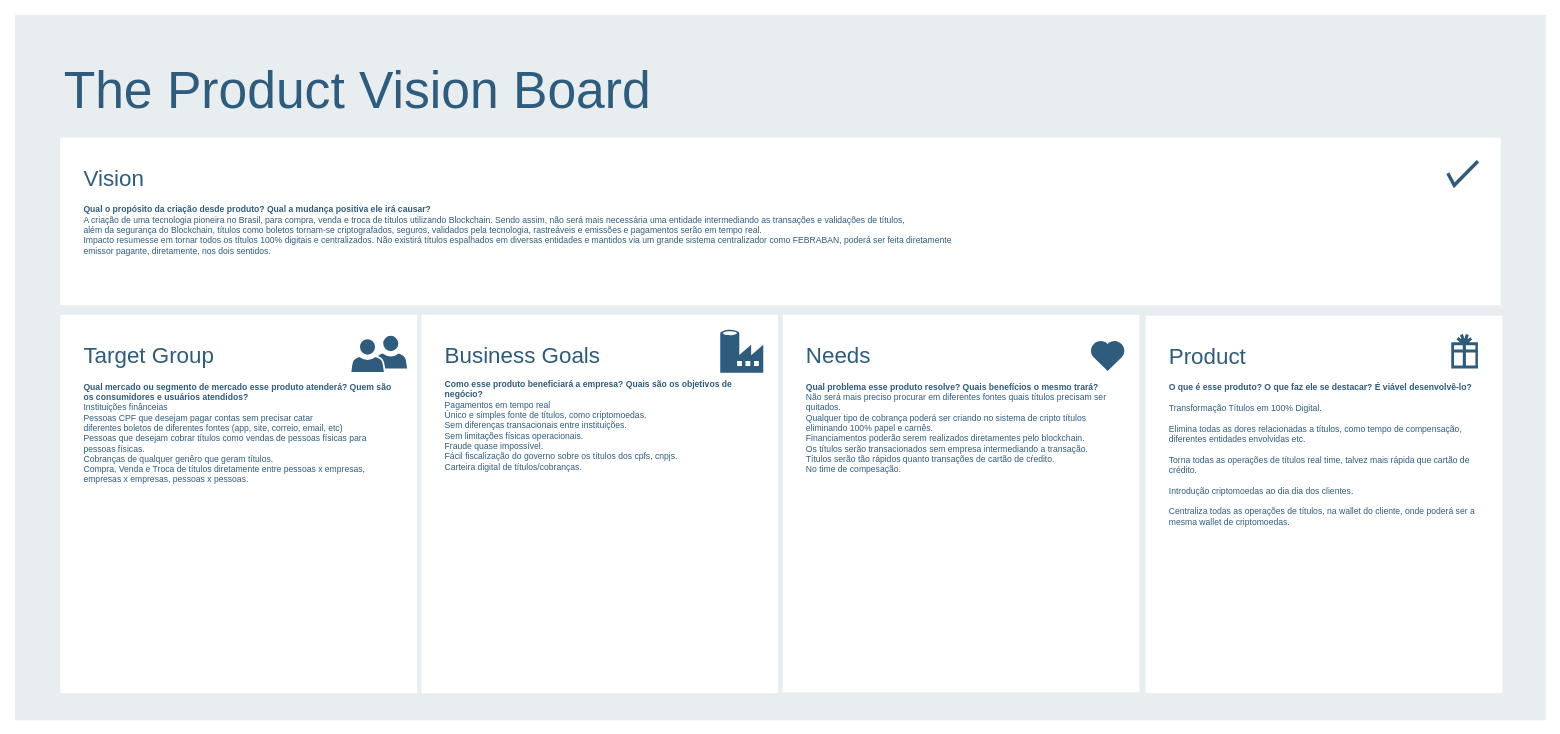
Earlier version of the draw.io diagram page "Product Vision Board" (2 of 2) of Canvas GRUPO M - Cryptotitulo.drawio (GiuseppeMP/fiap-grupo-m). Source tidied: cells renumbered, new cells numbered last; positions are measured from the earlier drawing's top-left corner, leaving out a move shared by most shapes. Both pictures are drawn from the tidied source at 86%, with x=0, y=0 at pixel (15, 15).
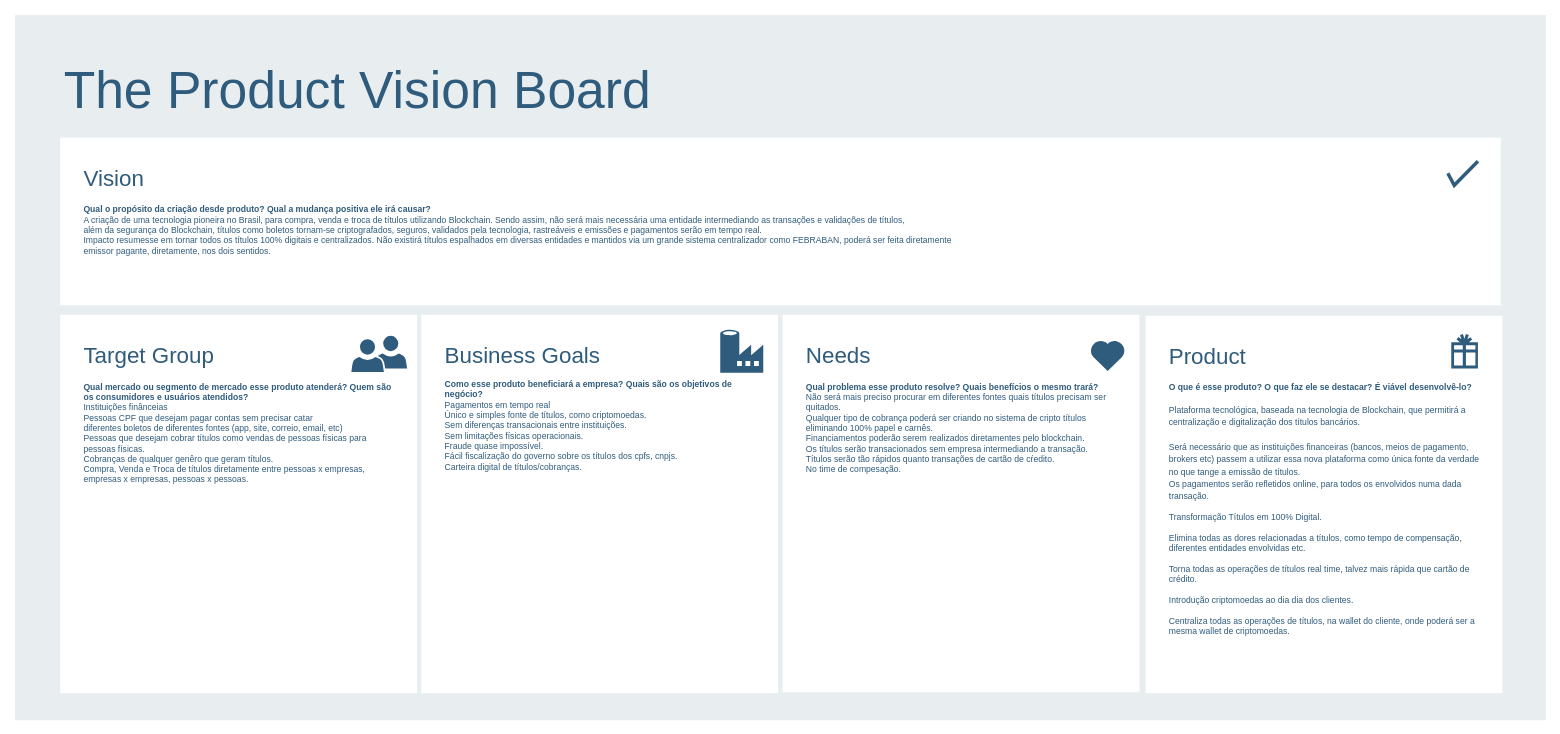
The same page after the edit.

What changed in the source:
```diff
@@
 <mxGraphModel>
   <root>
     <mxCell id="0" />
     <mxCell id="1" parent="0" />
     <mxCell id="2" style="rounded=0;whiteSpace=wrap;html=1;shadow=0;labelBackgroundColor=none;strokeColor=none;strokeWidth=3;fillColor=#e8edf0;fontSize=60;fontColor=#2F5B7C;align=left;" parent="1" vertex="1">
       <mxGeometry width="1780" height="820" as="geometry" />
     </mxCell>
-    <mxCell id="3" value="&lt;div style=&quot;font-size: 26px&quot;&gt;Product&lt;/div&gt;&lt;div&gt;&lt;br&gt;&lt;/div&gt;&lt;div&gt;&lt;div style=&quot;font-size: 10px&quot;&gt;&lt;span&gt;&lt;b&gt;O que é esse produto? O que faz ele se destacar? É viável desenvolvê-lo?&lt;/b&gt;&lt;/span&gt;&lt;/div&gt;&lt;div style=&quot;font-size: 10px&quot;&gt;&lt;br&gt;&lt;/div&gt;&lt;div style=&quot;font-size: 10px&quot;&gt;Transformação Títulos em 100% Digital.&lt;/div&gt;&lt;div style=&quot;font-size: 10px&quot;&gt;&lt;br&gt;&lt;/div&gt;&lt;div style=&quot;font-size: 10px&quot;&gt;Elimina todas as dores relacionadas a títulos, como tempo de compensação, diferentes entidades envolvidas etc.&lt;/div&gt;&lt;div style=&quot;font-size: 10px&quot;&gt;&lt;br&gt;&lt;/div&gt;&lt;div style=&quot;font-size: 10px&quot;&gt;Torna todas as operações de títulos real time, talvez mais rápida que cartão de crédito.&lt;/div&gt;&lt;div style=&quot;font-size: 10px&quot;&gt;&lt;br&gt;&lt;/div&gt;&lt;div style=&quot;font-size: 10px&quot;&gt;Introdução criptomoedas ao dia dia dos clientes.&lt;/div&gt;&lt;div style=&quot;font-size: 10px&quot;&gt;&lt;br&gt;&lt;/div&gt;&lt;div style=&quot;font-size: 10px&quot;&gt;Centraliza todas as operações de títulos, na wallet do cliente, onde poderá ser a mesma wallet de criptomoedas.&lt;br&gt;&lt;/div&gt;&lt;/div&gt;&lt;div&gt;&lt;br&gt;&lt;/div&gt;" style="rounded=0;whiteSpace=wrap;html=1;shadow=0;labelBackgroundColor=none;strokeColor=#e8edf0;strokeWidth=5;fillColor=#ffffff;fontSize=12;fontColor=#2F5B7C;align=left;verticalAlign=top;spacing=30;" parent="1" vertex="1">
+    <mxCell id="3" value="&lt;div style=&quot;font-size: 26px&quot;&gt;Product&lt;/div&gt;&lt;div&gt;&lt;br&gt;&lt;/div&gt;&lt;div&gt;&lt;div style=&quot;font-size: 10px&quot;&gt;&lt;span&gt;&lt;b&gt;O que é esse produto? O que faz ele se destacar? É viável desenvolvê-lo?&lt;/b&gt;&lt;/span&gt;&lt;/div&gt;&lt;div style=&quot;font-size: 10px&quot;&gt;&lt;br&gt;&lt;/div&gt;&lt;div&gt;&lt;div&gt;&lt;span style=&quot;font-size: 10px&quot;&gt;Plataforma tecnológica, baseada na tecnologia de Blockchain, que permitirá a centralização e digitalização dos títulos bancários.&lt;/span&gt;&lt;/div&gt;&lt;div&gt;&lt;br&gt;&lt;/div&gt;&lt;div&gt;&lt;span style=&quot;font-size: 10px&quot;&gt;Será necessário que as instituições financeiras (bancos, meios de pagamento, brokers etc) passem a utilizar essa nova plataforma como única fonte da verdade no que tange a emissão de títulos.&lt;/span&gt;&lt;/div&gt;&lt;div&gt;&lt;span style=&quot;font-size: 10px&quot;&gt;Os pagamentos serão refletidos online, para todos os envolvidos numa dada transação.&lt;/span&gt;&lt;/div&gt;&lt;div style=&quot;font-size: 10px&quot;&gt;&lt;br&gt;&lt;/div&gt;&lt;/div&gt;&lt;div style=&quot;font-size: 10px&quot;&gt;&lt;span&gt;Transformação Títulos em 100% Digital.&lt;/span&gt;&lt;br&gt;&lt;/div&gt;&lt;div style=&quot;font-size: 10px&quot;&gt;&lt;br&gt;&lt;/div&gt;&lt;div style=&quot;font-size: 10px&quot;&gt;Elimina todas as dores relacionadas a títulos, como tempo de compensação, diferentes entidades envolvidas etc.&lt;/div&gt;&lt;div style=&quot;font-size: 10px&quot;&gt;&lt;br&gt;&lt;/div&gt;&lt;div style=&quot;font-size: 10px&quot;&gt;Torna todas as operações de títulos real time, talvez mais rápida que cartão de crédito.&lt;/div&gt;&lt;div style=&quot;font-size: 10px&quot;&gt;&lt;br&gt;&lt;/div&gt;&lt;div style=&quot;font-size: 10px&quot;&gt;Introdução criptomoedas ao dia dia dos clientes.&lt;/div&gt;&lt;div style=&quot;font-size: 10px&quot;&gt;&lt;br&gt;&lt;/div&gt;&lt;div style=&quot;font-size: 10px&quot;&gt;Centraliza todas as operações de títulos, na wallet do cliente, onde poderá ser a mesma wallet de criptomoedas.&lt;br&gt;&lt;/div&gt;&lt;/div&gt;&lt;div&gt;&lt;br&gt;&lt;/div&gt;" style="rounded=0;whiteSpace=wrap;html=1;shadow=0;labelBackgroundColor=none;strokeColor=#e8edf0;strokeWidth=5;fillColor=#ffffff;fontSize=12;fontColor=#2F5B7C;align=left;verticalAlign=top;spacing=30;" parent="1" vertex="1">
       <mxGeometry x="1312" y="347" width="420" height="444" as="geometry" />
     </mxCell>
     <mxCell id="4" value="&lt;font&gt;&lt;font style=&quot;font-size: 26px&quot;&gt;Vision&lt;/font&gt;&lt;br&gt;&lt;/font&gt;&lt;font style=&quot;font-size: 12px&quot;&gt;&lt;br style=&quot;font-size: 12px&quot;&gt;&lt;/font&gt;&lt;font style=&quot;font-size: 12px&quot;&gt;&lt;/font&gt;&lt;div style=&quot;font-size: 10px&quot;&gt;&lt;font style=&quot;font-size: 10px&quot;&gt;&lt;b&gt;Qual o propósito da criação desde produto? Qual a mudança positiva ele irá causar?&lt;br&gt;&lt;/b&gt;&lt;/font&gt;&lt;/div&gt;&lt;div style=&quot;font-size: 10px&quot;&gt;A criação de uma tecnologia pioneira no Brasil, para compra, venda e troca de títulos utilizando Blockchain. Sendo assim, não será mais necessária uma entidade intermediando as transações e validações de títulos,&lt;/div&gt;&lt;div style=&quot;font-size: 10px&quot;&gt;&lt;font style=&quot;font-size: 10px&quot;&gt;além da segurança do Blockchain, títulos como boletos tornam-se criptografados, seguros, validados pela tecnologia, rastreáveis e emissões e pagamentos serão em tempo real.&lt;br&gt;&lt;/font&gt;&lt;/div&gt;&lt;div style=&quot;font-size: 10px&quot;&gt;&lt;font style=&quot;font-size: 10px&quot;&gt;Impacto resumesse em tornar todos os títulos 100% digitais e centralizados. Não existirá títulos espalhados em diversas entidades e mantidos via um grande sistema centralizador como FEBRABAN, poderá ser feita diretamente&lt;/font&gt;&lt;/div&gt;&lt;div style=&quot;font-size: 10px&quot;&gt;&lt;font style=&quot;font-size: 10px&quot;&gt;emissor pagante, diretamente, nos dois sentidos.&lt;br&gt;&lt;/font&gt;&lt;/div&gt;&lt;div style=&quot;font-size: 12px&quot;&gt;&lt;br style=&quot;font-size: 12px&quot;&gt;&lt;/div&gt;" style="rounded=0;whiteSpace=wrap;html=1;shadow=0;labelBackgroundColor=none;strokeColor=#e8edf0;strokeWidth=5;fillColor=#ffffff;fontSize=12;fontColor=#2F5B7C;align=left;verticalAlign=top;spacing=30;" parent="1" vertex="1">
       <mxGeometry x="50" y="140" width="1680" height="200" as="geometry" />
     </mxCell>
     <mxCell id="5" value="&lt;font&gt;&lt;font style=&quot;font-size: 26px&quot;&gt;Target Group&lt;/font&gt;&lt;br style=&quot;font-size: 12px&quot;&gt;&lt;/font&gt;&lt;font&gt;&lt;br&gt;&lt;div style=&quot;font-size: 10px&quot;&gt;&lt;b&gt;Qual mercado ou segmento de mercado esse produto atenderá? Quem são os consumidores e usuários atendidos?&lt;br&gt;&lt;/b&gt;&lt;/div&gt;&lt;div style=&quot;font-size: 10px&quot;&gt;Instituições finânceias&lt;br&gt;Pessoas CPF que desejam pagar contas sem precisar catar&lt;/div&gt;&lt;div style=&quot;font-size: 10px&quot;&gt;diferentes boletos de diferentes fontes (app, site, correio, email, etc)&lt;/div&gt;&lt;div style=&quot;font-size: 10px&quot;&gt;Pessoas que desejam cobrar títulos como vendas de pessoas físicas para pessoas físicas.&lt;/div&gt;&lt;div style=&quot;font-size: 10px&quot;&gt;Cobranças de qualquer genêro que geram títulos.&lt;/div&gt;&lt;div style=&quot;font-size: 10px&quot;&gt;Compra, Venda e Troca de títulos diretamente entre pessoas x empresas, empresas x empresas, pessoas x pessoas.&lt;br&gt;&lt;/div&gt;&lt;div&gt;&lt;br&gt;&lt;/div&gt;&lt;/font&gt;" style="rounded=0;whiteSpace=wrap;html=1;shadow=0;labelBackgroundColor=none;strokeColor=#e8edf0;strokeWidth=5;fillColor=#ffffff;fontSize=12;fontColor=#2F5B7C;align=left;verticalAlign=top;spacing=30;" parent="1" vertex="1">
       <mxGeometry x="50" y="346" width="420" height="445" as="geometry" />
     </mxCell>
     <mxCell id="6" value="&lt;div&gt;&lt;font style=&quot;font-size: 26px&quot;&gt;Business Goals&lt;br&gt;&lt;/font&gt;&lt;/div&gt;&lt;div&gt;&lt;div style=&quot;font-size: 10px&quot;&gt;&lt;b&gt;&lt;br&gt;&lt;/b&gt;&lt;/div&gt;&lt;div style=&quot;font-size: 10px&quot;&gt;&lt;b&gt;Como esse produto beneficiará a empresa? Quais são os objetivos de negócio?&lt;br&gt;&lt;/b&gt;&lt;/div&gt;&lt;div style=&quot;font-size: 10px&quot;&gt;Pagamentos em tempo real&lt;/div&gt;&lt;div style=&quot;font-size: 10px&quot;&gt;Único e simples fonte de títulos, como criptomoedas.&lt;/div&gt;&lt;div style=&quot;font-size: 10px&quot;&gt;Sem diferenças transacionais entre instituições.&lt;/div&gt;&lt;div style=&quot;font-size: 10px&quot;&gt;Sem limitações físicas operacionais.&lt;/div&gt;&lt;div style=&quot;font-size: 10px&quot;&gt;Fraude quase impossível.&lt;/div&gt;&lt;div style=&quot;font-size: 10px&quot;&gt;Fácil fiscalização do governo sobre os títulos dos cpfs, cnpjs.&lt;/div&gt;&lt;div style=&quot;font-size: 10px&quot;&gt;Carteira digital de títulos/cobranças.&lt;br&gt;&lt;/div&gt;&lt;/div&gt;&lt;div&gt;&lt;br&gt;&lt;/div&gt;" style="rounded=0;whiteSpace=wrap;html=1;shadow=0;labelBackgroundColor=none;strokeColor=#e8edf0;strokeWidth=5;fillColor=#ffffff;fontSize=12;fontColor=#2F5B7C;align=left;verticalAlign=top;spacing=30;" parent="1" vertex="1">
       <mxGeometry x="470" y="346" width="420" height="445" as="geometry" />
     </mxCell>
     <mxCell id="7" value="&lt;div style=&quot;font-size: 26px&quot;&gt;Needs&lt;/div&gt;&lt;div&gt;&lt;br&gt;&lt;/div&gt;&lt;div&gt;&lt;div style=&quot;font-size: 10px&quot;&gt;&lt;span&gt;&lt;b&gt;Qual problema esse produto resolve? Quais benefícios o mesmo trará?&lt;/b&gt;&lt;/span&gt;&lt;/div&gt;&lt;div style=&quot;font-size: 10px&quot;&gt;&lt;span&gt;Não será mais preciso procurar em diferentes fontes quais títulos precisam ser quitados.&lt;/span&gt;&lt;/div&gt;&lt;div style=&quot;font-size: 10px&quot;&gt;&lt;span&gt;Qualquer tipo de cobrança poderá ser criando no sistema de cripto títulos eliminando 100% papel e carnês.&lt;/span&gt;&lt;/div&gt;&lt;div style=&quot;font-size: 10px&quot;&gt;&lt;span&gt;Financiamentos poderão serem realizados diretamentes pelo blockchain.&lt;/span&gt;&lt;/div&gt;&lt;div style=&quot;font-size: 10px&quot;&gt;&lt;span&gt;Os títulos serão transacionados sem empresa intermediando a transação.&lt;/span&gt;&lt;/div&gt;&lt;div style=&quot;font-size: 10px&quot;&gt;&lt;span&gt;Títulos serão tão rápidos quanto transações de cartão de cŕedito.&lt;/span&gt;&lt;/div&gt;&lt;div style=&quot;font-size: 10px&quot;&gt;&lt;span&gt;No time de compesação.&lt;b&gt;&lt;br&gt;&lt;/b&gt;&lt;/span&gt;&lt;/div&gt;&lt;/div&gt;&lt;div&gt;&lt;br&gt;&lt;/div&gt;" style="rounded=0;whiteSpace=wrap;html=1;shadow=0;labelBackgroundColor=none;strokeColor=#e8edf0;strokeWidth=5;fillColor=#ffffff;fontSize=12;fontColor=#2F5B7C;align=left;verticalAlign=top;spacing=30;" parent="1" vertex="1">
       <mxGeometry x="890" y="346" width="420" height="444" as="geometry" />
     </mxCell>
     <mxCell id="8" value="The Product Vision Board" style="text;html=1;align=left;verticalAlign=top;spacingTop=-4;fontSize=60;fontColor=#2F5B7C;" parent="1" vertex="1">
       <mxGeometry x="55" y="50" width="730" height="70" as="geometry" />
     </mxCell>
     <mxCell id="9" style="html=1;verticalLabelPosition=bottom;labelBackgroundColor=#ffffff;verticalAlign=top;shadow=0;dashed=0;strokeWidth=4;shape=mxgraph.ios7.misc.check;strokeColor=#2F5B7C;fillColor=#ffffff;gradientColor=none;fontSize=12;fontColor=#2F5B7C;align=left;" parent="1" vertex="1">
       <mxGeometry x="1666" y="170" width="35" height="28" as="geometry" />
     </mxCell>
     <mxCell id="10" style="html=1;verticalLabelPosition=bottom;labelBackgroundColor=#ffffff;verticalAlign=top;strokeWidth=3;strokeColor=none;fillColor=#2F5B7C;shadow=0;dashed=0;shape=mxgraph.ios7.icons.heart;fontSize=12;fontColor=#2F5B7C;align=left;" parent="1" vertex="1">
       <mxGeometry x="1250" y="378" width="41" height="36" as="geometry" />
     </mxCell>
     <mxCell id="11" style="shadow=0;dashed=0;html=1;strokeColor=none;labelPosition=center;verticalLabelPosition=bottom;verticalAlign=top;shape=mxgraph.mscae.cloud.data_factory;fillColor=#2F5B7C;labelBackgroundColor=none;fontSize=10;fontColor=#2F5B7C;align=left;" parent="1" vertex="1">
       <mxGeometry x="820" y="366" width="50" height="50" as="geometry" />
     </mxCell>
     <mxCell id="12" style="shape=mxgraph.signs.travel.present;html=1;fillColor=#2F5B7C;strokeColor=none;verticalLabelPosition=bottom;verticalAlign=top;align=center;shadow=0;labelBackgroundColor=none;fontSize=12;fontColor=#2F5B7C;" parent="1" vertex="1">
       <mxGeometry x="1670" y="371" width="31" height="40" as="geometry" />
     </mxCell>
     <mxCell id="13" style="group;" parent="1" vertex="1">
       <mxGeometry x="390" y="376" width="60" height="40" as="geometry" />
     </mxCell>
     <mxCell id="14" style="shadow=0;dashed=0;html=1;strokeColor=#FFFFFF;labelPosition=center;verticalLabelPosition=bottom;verticalAlign=top;shape=mxgraph.office.users.user;fillColor=#2F5B7C;labelBackgroundColor=none;fontSize=10;fontColor=#000000;align=left;strokeWidth=2;" parent="13" vertex="1">
       <mxGeometry x="27" y="-4" width="40" height="40" as="geometry" />
     </mxCell>
     <mxCell id="15" style="shadow=0;dashed=0;html=1;strokeColor=#FFFFFF;labelPosition=center;verticalLabelPosition=bottom;verticalAlign=top;shape=mxgraph.office.users.user;fillColor=#2F5B7C;labelBackgroundColor=none;fontSize=10;fontColor=#000000;align=left;strokeWidth=2;" parent="13" vertex="1">
       <mxGeometry width="40" height="40" as="geometry" />
     </mxCell>
   </root>
 </mxGraphModel>
```
